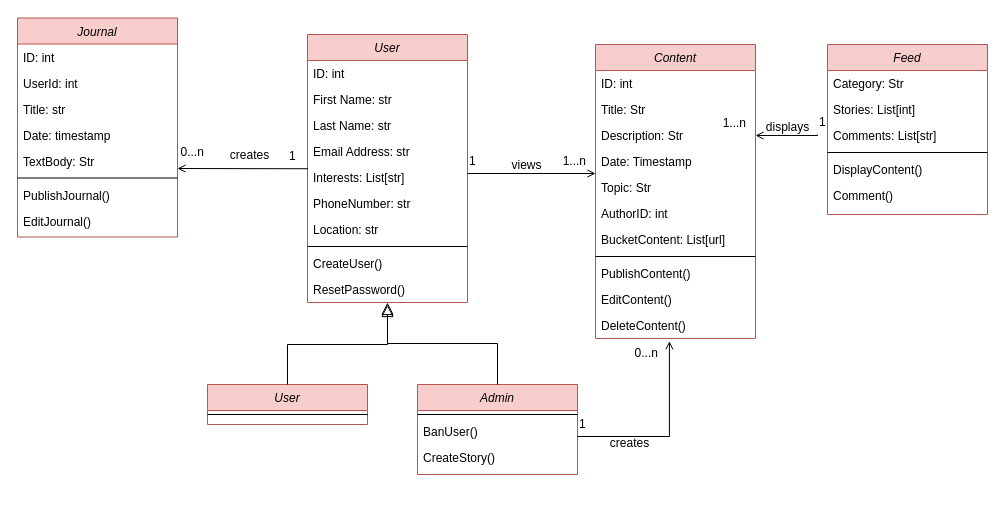
This is backend/python/app/ClassDiagram.drawio from DinuWije/SMVS-Youth-App, a draw.io file, before an edit. Source tidied: cells renumbered, new cells numbered last; positions are measured from the earlier drawing's top-left corner, leaving out a move shared by most shapes. Both pictures are drawn from the tidied source at 100%, with x=0, y=0 at pixel (17, 18).
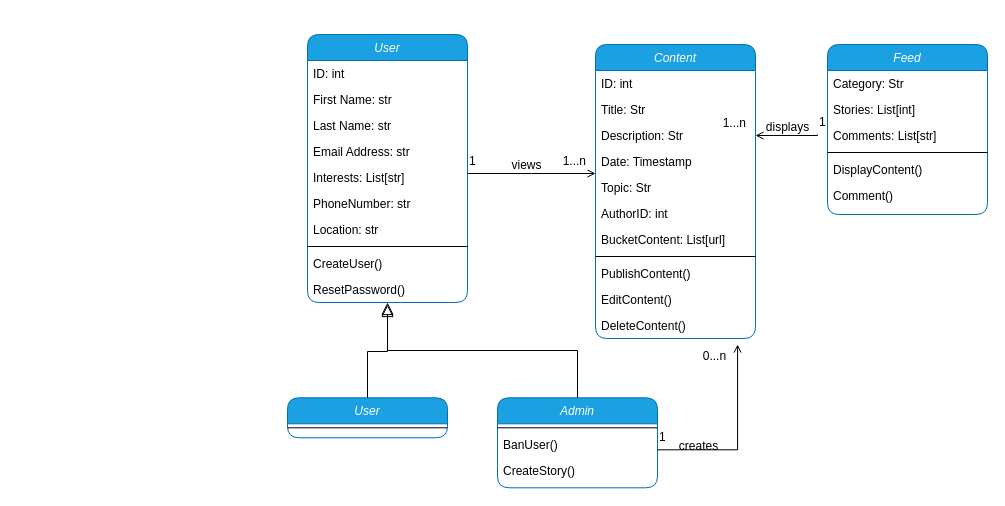
The same diagram, later.

Unchanged cells that the change refers to:
```xml
<mxCell id="7" value="Interests: List[str]" style="text;align=left;verticalAlign=top;spacingLeft=4;spacingRight=4;overflow=hidden;points=[[0,0.5],[1,0.5]];portConstraint=eastwest;rounded=0;shadow=0;html=0;" parent="2" vertex="1">
  <mxGeometry y="130" width="160" height="26" as="geometry" />
</mxCell>
<mxCell id="32" value="DeleteContent()&#10;" style="text;align=left;verticalAlign=top;spacingLeft=4;spacingRight=4;overflow=hidden;points=[[0,0.5],[1,0.5]];portConstraint=eastwest;" parent="21" vertex="1">
  <mxGeometry y="268" width="160" height="26" as="geometry" />
</mxCell>
```

The edit, as a diff of the source:
```diff
@@
-    <mxCell id="2" value="User" style="swimlane;fontStyle=2;align=center;verticalAlign=top;horizontal=1;startSize=26;rounded=0;shadow=0;strokeWidth=1;fillColor=#f8cecc;strokeColor=#b85450;" parent="1" vertex="1">
+    <mxCell id="2" value="User" style="swimlane;fontStyle=2;align=center;verticalAlign=top;horizontal=1;startSize=26;rounded=1;shadow=0;strokeWidth=1;fillColor=#1ba1e2;strokeColor=#006EAF;fontColor=#ffffff;" parent="1" vertex="1">
       <mxGeometry x="290" y="16" width="160" height="268" as="geometry" />
     </mxCell>
@@
-    <mxCell id="13" value="User" style="swimlane;fontStyle=2;align=center;verticalAlign=top;horizontal=1;startSize=26;rounded=0;shadow=0;strokeWidth=1;fillColor=#f8cecc;strokeColor=#b85450;" parent="1" vertex="1">
-      <mxGeometry x="190" y="366" width="160" height="40" as="geometry" />
+    <mxCell id="13" value="User" style="swimlane;fontStyle=2;align=center;verticalAlign=top;horizontal=1;startSize=26;rounded=1;shadow=0;strokeWidth=1;fillColor=#1ba1e2;strokeColor=#006EAF;fontColor=#ffffff;" parent="1" vertex="1">
+      <mxGeometry x="270" y="379.3" width="160" height="40" as="geometry" />
     </mxCell>
@@
-    <mxCell id="16" value="Admin" style="swimlane;fontStyle=2;align=center;verticalAlign=top;horizontal=1;startSize=26;rounded=0;shadow=0;strokeWidth=1;fillColor=#f8cecc;strokeColor=#b85450;" parent="1" vertex="1">
-      <mxGeometry x="400" y="366" width="160" height="90" as="geometry" />
+    <mxCell id="16" value="Admin" style="swimlane;fontStyle=2;align=center;verticalAlign=top;horizontal=1;startSize=26;rounded=1;shadow=0;strokeWidth=1;fillColor=#1ba1e2;strokeColor=#006EAF;fontColor=#ffffff;glass=0;swimlaneLine=1;" parent="1" vertex="1">
+      <mxGeometry x="480" y="379.3" width="160" height="90" as="geometry" />
     </mxCell>
@@
-    <mxCell id="21" value="Content" style="swimlane;fontStyle=2;align=center;verticalAlign=top;horizontal=1;startSize=26;rounded=0;shadow=0;strokeWidth=1;fillColor=#f8cecc;strokeColor=#b85450;" parent="1" vertex="1">
+    <mxCell id="21" value="Content" style="swimlane;fontStyle=2;align=center;verticalAlign=top;horizontal=1;startSize=26;rounded=1;shadow=0;strokeWidth=1;fillColor=#1ba1e2;strokeColor=#006EAF;fontColor=#ffffff;" parent="1" vertex="1">
       <mxGeometry x="578" y="26" width="160" height="294" as="geometry" />
     </mxCell>
@@
-    <mxCell id="37" style="endArrow=open;shadow=0;strokeWidth=1;rounded=0;curved=0;endFill=1;edgeStyle=elbowEdgeStyle;elbow=vertical;entryX=0.462;entryY=1.103;entryDx=0;entryDy=0;entryPerimeter=0;" parent="1" edge="1" target="32">
+    <mxCell id="37" style="endArrow=open;shadow=0;strokeWidth=1;rounded=0;curved=0;endFill=1;edgeStyle=elbowEdgeStyle;elbow=vertical;entryX=0.888;entryY=1.231;entryDx=0;entryDy=0;entryPerimeter=0;" parent="1" edge="1" target="32">
       <mxGeometry x="0.5" y="41" relative="1" as="geometry">
-        <mxPoint x="560" y="418" as="sourcePoint" />
+        <mxPoint x="640" y="431.3" as="sourcePoint" />
         <Array as="points">
-          <mxPoint x="650" y="418" />
+          <mxPoint x="730" y="431.3" />
         </Array>
         <mxPoint x="-40" y="32" as="offset" />
       </mxGeometry>
     </mxCell>
@@
-    <mxCell id="41" value="Feed" style="swimlane;fontStyle=2;align=center;verticalAlign=top;horizontal=1;startSize=26;rounded=0;shadow=0;strokeWidth=1;fillColor=#f8cecc;strokeColor=#b85450;" parent="1" vertex="1">
+    <mxCell id="41" value="Feed" style="swimlane;fontStyle=2;align=center;verticalAlign=top;horizontal=1;startSize=26;rounded=1;shadow=0;strokeWidth=1;fillColor=#1ba1e2;strokeColor=#006EAF;fontColor=#ffffff;gradientColor=none;labelBackgroundColor=none;" parent="1" vertex="1">
       <mxGeometry x="810" y="26" width="160" height="170" as="geometry" />
     </mxCell>
@@
-    <mxCell id="52" value="Journal" style="swimlane;fontStyle=2;align=center;verticalAlign=top;horizontal=1;startSize=26;rounded=0;shadow=0;strokeWidth=1;labelBackgroundColor=none;fillColor=#f8cecc;strokeColor=#b85450;" parent="1" vertex="1">
-      <mxGeometry y="-0.5" width="160" height="219" as="geometry" />
-    </mxCell>
-    <mxCell id="53" value="ID: int" style="text;align=left;verticalAlign=top;spacingLeft=4;spacingRight=4;overflow=hidden;" parent="52" vertex="1">
-      <mxGeometry y="26" width="160" height="26" as="geometry" />
-    </mxCell>
-    <mxCell id="54" value="UserId: int" style="text;align=left;verticalAlign=top;spacingLeft=4;spacingRight=4;overflow=hidden;rounded=0;shadow=0;html=0;" parent="52" vertex="1">
-      <mxGeometry y="52" width="160" height="26" as="geometry" />
-    </mxCell>
-    <mxCell id="55" value="Title: str" style="text;align=left;verticalAlign=top;spacingLeft=4;spacingRight=4;overflow=hidden;rounded=0;shadow=0;html=0;" parent="52" vertex="1">
-      <mxGeometry y="78" width="160" height="26" as="geometry" />
-    </mxCell>
-    <mxCell id="56" value="Date: timestamp" style="text;align=left;verticalAlign=top;spacingLeft=4;spacingRight=4;overflow=hidden;rounded=0;shadow=0;html=0;" parent="52" vertex="1">
-      <mxGeometry y="104" width="160" height="26" as="geometry" />
-    </mxCell>
-    <mxCell id="57" value="TextBody: Str" style="text;align=left;verticalAlign=top;spacingLeft=4;spacingRight=4;overflow=hidden;rounded=0;shadow=0;html=0;" parent="52" vertex="1">
-      <mxGeometry y="130" width="160" height="26" as="geometry" />
-    </mxCell>
-    <mxCell id="58" style="line;html=1;strokeWidth=1;align=left;verticalAlign=middle;spacingTop=-1;spacingLeft=3;spacingRight=3;labelPosition=right;" parent="52" vertex="1">
-      <mxGeometry y="156" width="160" height="8" as="geometry" />
-    </mxCell>
-    <mxCell id="59" value="PublishJournal()" style="text;align=left;verticalAlign=top;spacingLeft=4;spacingRight=4;overflow=hidden;rounded=0;shadow=0;html=0;" parent="52" vertex="1">
-      <mxGeometry y="164" width="160" height="26" as="geometry" />
-    </mxCell>
-    <mxCell id="60" value="EditJournal()" style="text;align=left;verticalAlign=top;spacingLeft=4;spacingRight=4;overflow=hidden;rounded=0;shadow=0;html=0;" parent="52" vertex="1">
-      <mxGeometry y="190" width="160" height="26" as="geometry" />
-    </mxCell>
-    <mxCell id="61" style="endArrow=open;shadow=0;strokeWidth=1;rounded=0;curved=0;endFill=1;edgeStyle=elbowEdgeStyle;elbow=vertical;exitX=0.004;exitY=0.164;exitDx=0;exitDy=0;exitPerimeter=0;" parent="1" edge="1" source="7">
-      <mxGeometry x="0.5" y="41" relative="1" as="geometry">
-        <mxPoint x="160" y="150" as="targetPoint" />
-        <mxPoint x="-40" y="32" as="offset" />
-      </mxGeometry>
-    </mxCell>
-    <mxCell id="62" value="1" style="align=left;verticalAlign=bottom;labelBackgroundColor=none;fontSize=12;" parent="61" vertex="1">
-      <mxGeometry x="-1" relative="1" as="geometry">
-        <mxPoint x="-21" y="-4" as="offset" />
-      </mxGeometry>
-    </mxCell>
-    <mxCell id="63" value="0...n" style="align=right;verticalAlign=bottom;labelBackgroundColor=none;fontSize=12;" parent="61" vertex="1">
-      <mxGeometry x="1" relative="1" as="geometry">
-        <mxPoint x="28" y="-8" as="offset" />
-      </mxGeometry>
-    </mxCell>
-    <mxCell id="64" value="creates" style="text;html=1;align=center;verticalAlign=middle;labelBackgroundColor=none;rounded=0;shadow=0;strokeWidth=1;fontSize=12;" parent="61" vertex="1">
-      <mxGeometry x="0.5" y="49" relative="1" as="geometry">
-        <mxPoint x="39" y="-63" as="offset" />
-      </mxGeometry>
-    </mxCell>
```
